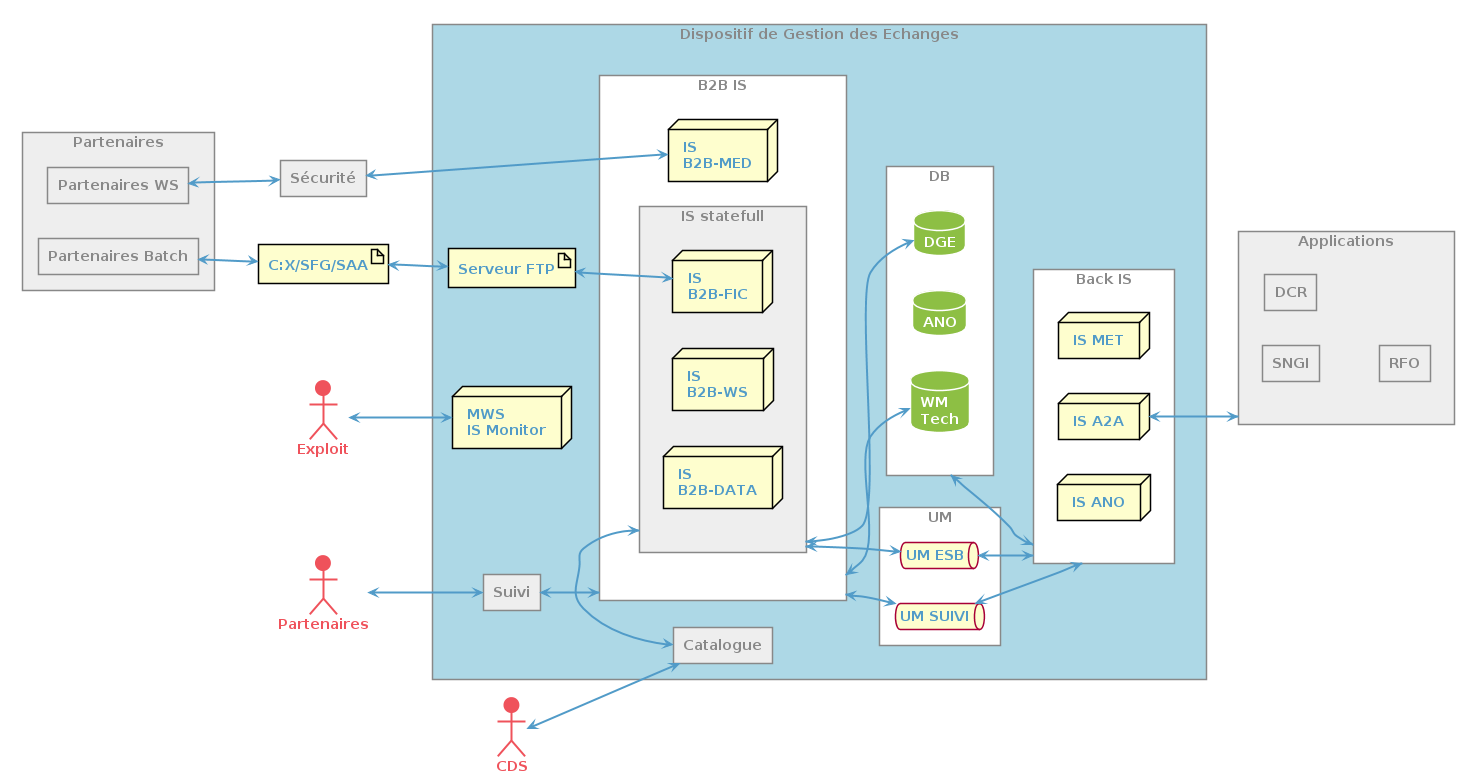
This is images/diagram-archi-fonc.png from NeVraX182/docs, a PlantUML export, as it was before one commit.
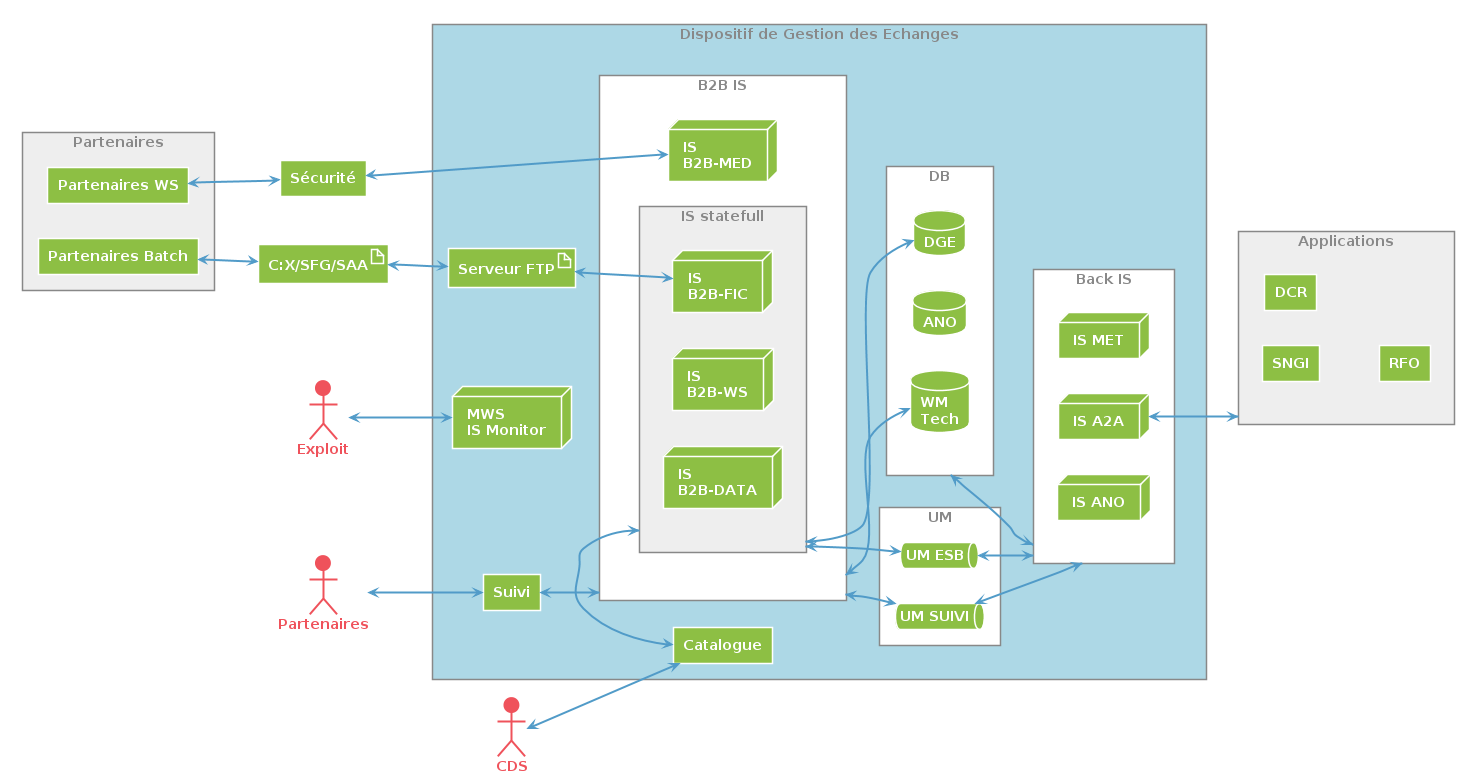
After the commit.

Diff of the diagram source:
```diff
@@ -6,7 +6,6 @@
 skinparam arrowColor #519BC8
 skinparam arrowThickness 2
 skinparam shadowing false
-skinparam objectBorderColor red
 
 skinparam actor {
     borderColor #EF525B
@@ -28,17 +27,209 @@
     backGroundcolor #EEEEEE
     fontColor #888888
 }
+skinparam cloud {
+    borderColor #888888
+    backGroundcolor #EEEEEE
+    fontColor #888888
+}
+skinparam folder {
+    borderColor #888888
+    backGroundcolor #EEEEEE
+    fontColor #888888
+}
+skinparam package {
+    borderColor #888888
+    backGroundcolor #EEEEEE
+    fontColor #888888
+}
+skinparam frame {
+    borderColor #888888
+    backGroundcolor #EEEEEE
+    fontColor #888888
+}
+skinparam component {
+    borderColor white
+    backGroundcolor #8DBF44
+    fontColor white
+}
+skinparam artifact {
+    borderColor white
+    backGroundcolor #8DBF44
+    fontColor white
+}
+skinparam node {
+    borderColor white
+    backGroundcolor #8DBF44
+    fontColor white
+}
+skinparam queue {
+    borderColor white
+    backGroundcolor #8DBF44
+    fontColor white
+}
+skinparam file {
+    borderColor white
+    backGroundcolor #8DBF44
+    fontColor white
+}
+skinparam storage {
+    borderColor white
+    backGroundcolor #8DBF44
+    fontColor white
+}
+skinparam interface {
+    borderColor #B30C37
+    backGroundcolor #EF525B
+}
+skinparam boundary {
+    borderColor #B30C37
+    backGroundcolor #EF525B
+}
+skinparam entity {
+    borderColor #B30C37
+    backGroundcolor #EF525B
+}
+skinparam control {
+    borderColor #B30C37
+    backGroundcolor #EF525B
+}
+skinparam sequence {
+    BoxFontColor white
+    ParticipantFontColor white
+    ParticipantBackgroundColor #8DBF44
+    ParticipantBorderColor white
+	LifeLineBorderColor #888888
+	LifeLineBorderThickness 2
+    DividerFontColor #555555
+    DividerBorderColor #888888
+    DividerBackGroundcolor #EEEEEE
+}
+skinparam usecase {
+    borderColor white
+    fontColor white
+    backgroundColor #8DBF44
+}
+skinparam activity {
+    startColor #B30C37
+    endColor #B30C37
+    borderColor white
+    fontColor white
+    backgroundColor #8DBF44
+    diamondBackgroundColor #EEEEEE
+    diamondBorderColor #888888
+    diamondFontColor #888888
+}
+
+skinparam backgroundColor transparent
+skinparam defaultFontColor #519BC8
+skinparam defaultFontStyle bold
+skinparam arrowColor #519BC8
+skinparam arrowThickness 2
+skinparam shadowing false
+
+skinparam actor {
+    borderColor #EF525B
+    backgroundColor #EF525B
+    fontColor #EF525B
+}
+skinparam agent {
+    borderColor white
+    backGroundcolor #8DBF44
+    fontColor white
+}
+skinparam database {
+    borderColor white
+    backGroundcolor #8DBF44
+    fontColor white
+}
+skinparam rectangle {
+    borderColor #888888
+    backGroundcolor #EEEEEE
+    fontColor #888888
+}
+skinparam cloud {
+    borderColor #888888
+    backGroundcolor #EEEEEE
+    fontColor #888888
+}
+skinparam folder {
+    borderColor #888888
+    backGroundcolor #EEEEEE
+    fontColor #888888
+}
+skinparam package {
+    borderColor #888888
+    backGroundcolor #EEEEEE
+    fontColor #888888
+}
+skinparam frame {
+    borderColor #888888
+    backGroundcolor #EEEEEE
+    fontColor #888888
+}
+skinparam component {
+    borderColor white
+    backGroundcolor #8DBF44
+    fontColor white
+}
+skinparam interface {
+    borderColor #B30C37
+    backGroundcolor #EF525B
+}
+skinparam artifact {
+    borderColor white
+    backGroundcolor #8DBF44
+    fontColor white
+}
+skinparam node {
+    borderColor white
+    backGroundcolor #8DBF44
+    fontColor white
+}
+skinparam queue {
+    borderColor white
+    backGroundcolor #8DBF44
+    fontColor white
+}
+skinparam sequence {
+    BoxFontColor white
+    ParticipantFontColor white
+    ParticipantBackgroundColor #8DBF44
+    ParticipantBorderColor white
+	LifeLineBorderColor #888888
+	LifeLineBorderThickness 2
+    DividerFontColor #555555
+    DividerBorderColor #888888
+    DividerBackGroundcolor #EEEEEE
+}
+skinparam usecase {
+    borderColor white
+    fontColor white
+    backgroundColor #8DBF44
+}
+skinparam activity {
+    startColor #B30C37
+    endColor #B30C37
+    borderColor white
+    fontColor white
+    backgroundColor #8DBF44
+    diamondBackgroundColor #EEEEEE
+    diamondBorderColor #888888
+    diamondFontColor #888888
+}
+
+
 left to right direction
 rectangle "Partenaires" as part {
-    rectangle "Partenaires WS" as pWs
-    rectangle "Partenaires Batch" as pBatch
+    agent "Partenaires WS" as pWs
+    agent "Partenaires Batch" as pBatch
 }
-rectangle "Sécurité" as secur
+agent "Sécurité" as secur
 artifact "C:X/SFG/SAA" as saa
 rectangle Applications as apps {
-    rectangle SNGI
-    rectangle DCR
-    rectangle RFO
+    agent SNGI
+    agent DCR
+    agent RFO
 }
 rectangle "Dispositif de Gestion des Echanges" as dge #LightBlue {
     artifact "Serveur FTP" as sFtp
@@ -65,8 +256,8 @@
         queue "UM ESB" as umEsb
     }
     node "MWS\nIS Monitor" as isMonitor
-    rectangle "Suivi" as sSuivi
-    rectangle "Catalogue" as sCat
+    agent "Suivi" as sSuivi
+    agent "Catalogue" as sCat
 }
 actor Exploit
 actor CDS
```
